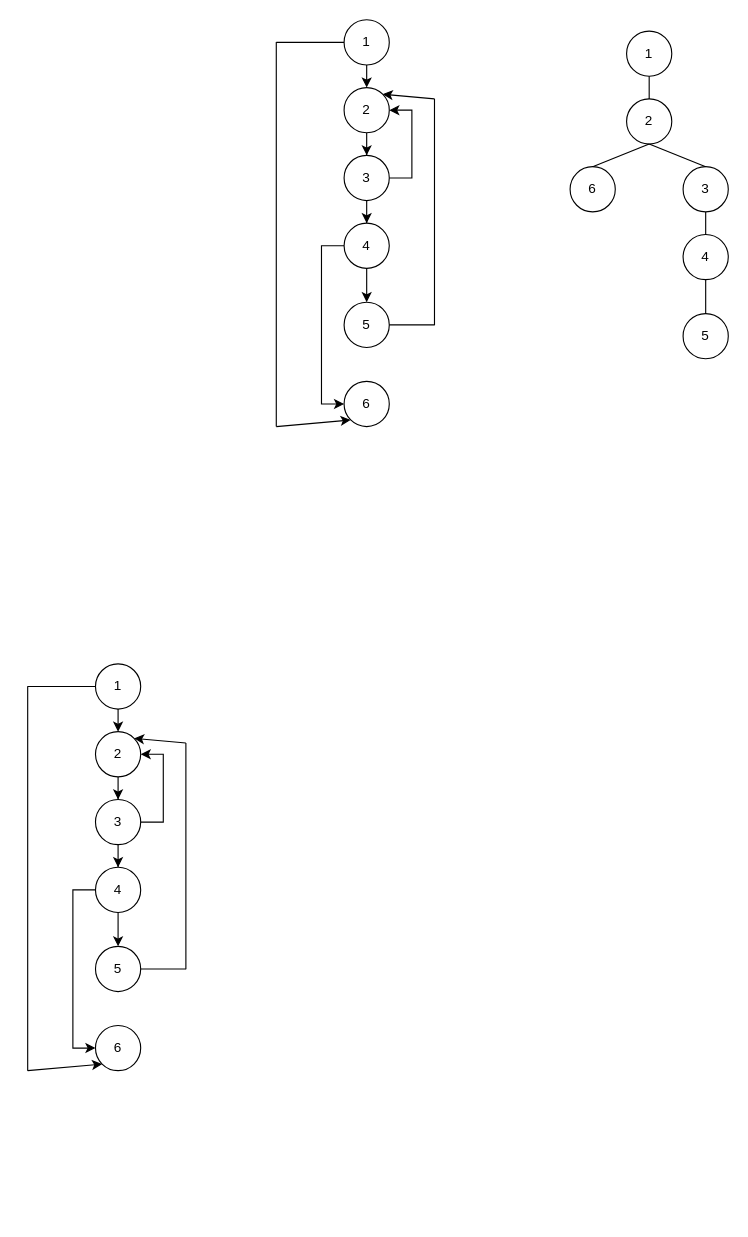
This is Untitled Diagram.drawio from ArnavPatel09/CS35200, a draw.io file, before an edit. Source tidied: cells renumbered, new cells numbered last; positions are measured from the earlier drawing's top-left corner, leaving out a move shared by most shapes. Both pictures are drawn from the tidied source at 113%, with x=0, y=0 at pixel (27, 19).
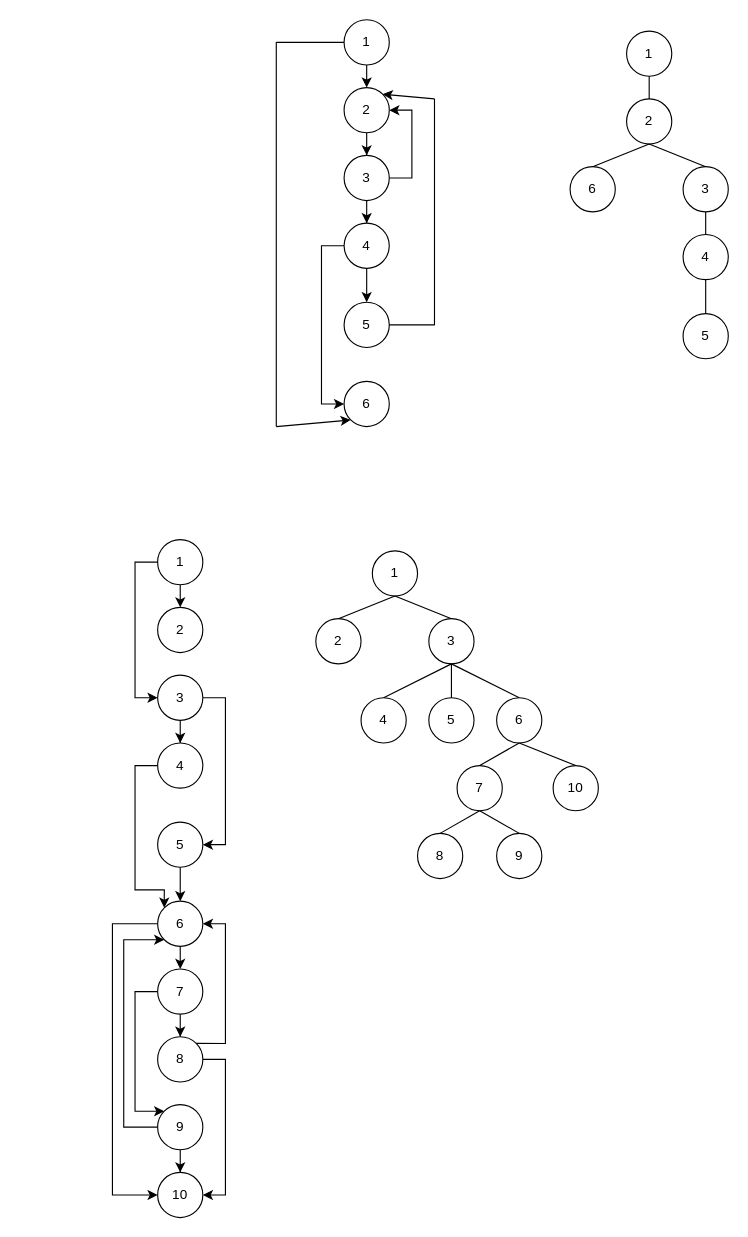
The same page after the edit.

Commit message:
finished problem 2

The edit, as a diff of the source:
```diff
@@
+    <mxCell id="49" style="edgeStyle=orthogonalEdgeStyle;rounded=0;jettySize=auto;html=1;exitX=0;exitY=0.5;exitDx=0;exitDy=0;entryX=0;entryY=0.5;entryDx=0;entryDy=0;" parent="1" edge="1" source="32" target="37">
+      <mxGeometry relative="1" as="geometry" />
+    </mxCell>
     <mxCell id="32" value="1" style="ellipse;whiteSpace=wrap;html=1;" parent="1" vertex="1">
-      <mxGeometry x="60" y="570" width="40" height="40" as="geometry" />
+      <mxGeometry x="115" y="460" width="40" height="40" as="geometry" />
     </mxCell>
-    <mxCell id="33" style="edgeStyle=orthogonalEdgeStyle;rounded=0;jettySize=auto;html=1;entryX=0.5;entryY=0;entryDx=0;entryDy=0;" parent="1" edge="1" source="34" target="37">
-      <mxGeometry relative="1" as="geometry" />
-    </mxCell>
     <mxCell id="34" value="2" style="ellipse;whiteSpace=wrap;html=1;" parent="1" vertex="1">
-      <mxGeometry x="60" y="630" width="40" height="40" as="geometry" />
+      <mxGeometry x="115" y="520" width="40" height="40" as="geometry" />
     </mxCell>
@@
-    <mxCell id="36" style="edgeStyle=orthogonalEdgeStyle;rounded=0;jettySize=auto;html=1;exitX=1;exitY=0.5;exitDx=0;exitDy=0;entryX=1;entryY=0.5;entryDx=0;entryDy=0;" parent="1" edge="1" source="37" target="34">
-      <mxGeometry relative="1" as="geometry" />
-    </mxCell>
+    <mxCell id="50" style="edgeStyle=orthogonalEdgeStyle;rounded=0;jettySize=auto;html=1;exitX=1;exitY=0.5;exitDx=0;exitDy=0;entryX=1;entryY=0.5;entryDx=0;entryDy=0;" parent="1" edge="1" source="37" target="41">
+      <mxGeometry relative="1" as="geometry" />
+    </mxCell>
     <mxCell id="37" value="3" style="ellipse;whiteSpace=wrap;html=1;" parent="1" vertex="1">
-      <mxGeometry x="60" y="690" width="40" height="40" as="geometry" />
+      <mxGeometry x="115" y="580" width="40" height="40" as="geometry" />
     </mxCell>
-    <mxCell id="38" style="edgeStyle=orthogonalEdgeStyle;rounded=0;jettySize=auto;html=1;exitX=0.5;exitY=1;exitDx=0;exitDy=0;entryX=0.5;entryY=0;entryDx=0;entryDy=0;" parent="1" edge="1" source="40" target="41">
-      <mxGeometry relative="1" as="geometry" />
-    </mxCell>
-    <mxCell id="39" style="edgeStyle=orthogonalEdgeStyle;rounded=0;jettySize=auto;html=1;exitX=0;exitY=0.5;exitDx=0;exitDy=0;entryX=0;entryY=0.5;entryDx=0;entryDy=0;" parent="1" edge="1" source="40" target="42">
-      <mxGeometry relative="1" as="geometry" />
+    <mxCell id="39" style="edgeStyle=orthogonalEdgeStyle;rounded=0;jettySize=auto;html=1;exitX=0;exitY=0.5;exitDx=0;exitDy=0;entryX=0;entryY=0;entryDx=0;entryDy=0;" parent="1" edge="1" source="40" target="42">
+      <mxGeometry relative="1" as="geometry">
+        <Array as="points">
+          <mxPoint x="95" y="660" />
+          <mxPoint x="95" y="770" />
+          <mxPoint x="121" y="770" />
+        </Array>
+      </mxGeometry>
     </mxCell>
     <mxCell id="40" value="4" style="ellipse;whiteSpace=wrap;html=1;" parent="1" vertex="1">
-      <mxGeometry x="60" y="750" width="40" height="40" as="geometry" />
+      <mxGeometry x="115" y="640" width="40" height="40" as="geometry" />
     </mxCell>
+    <mxCell id="51" style="edgeStyle=orthogonalEdgeStyle;rounded=0;jettySize=auto;html=1;exitX=0.5;exitY=1;exitDx=0;exitDy=0;entryX=0.5;entryY=0;entryDx=0;entryDy=0;" parent="1" edge="1" source="41" target="42">
+      <mxGeometry relative="1" as="geometry" />
+    </mxCell>
     <mxCell id="41" value="5" style="ellipse;whiteSpace=wrap;html=1;" parent="1" vertex="1">
-      <mxGeometry x="60" y="820" width="40" height="40" as="geometry" />
+      <mxGeometry x="115" y="710" width="40" height="40" as="geometry" />
     </mxCell>
+    <mxCell id="52" style="edgeStyle=orthogonalEdgeStyle;rounded=0;jettySize=auto;html=1;exitX=0.5;exitY=1;exitDx=0;exitDy=0;entryX=0.5;entryY=0;entryDx=0;entryDy=0;" parent="1" edge="1" source="42" target="56">
+      <mxGeometry relative="1" as="geometry" />
+    </mxCell>
+    <mxCell id="53" style="edgeStyle=orthogonalEdgeStyle;rounded=0;jettySize=auto;html=1;exitX=0;exitY=0.5;exitDx=0;exitDy=0;entryX=0;entryY=0.5;entryDx=0;entryDy=0;" parent="1" edge="1" source="42" target="63">
+      <mxGeometry relative="1" as="geometry">
+        <Array as="points">
+          <mxPoint x="75" y="800" />
+          <mxPoint x="75" y="1040" />
+        </Array>
+      </mxGeometry>
+    </mxCell>
     <mxCell id="42" value="6" style="ellipse;whiteSpace=wrap;html=1;" parent="1" vertex="1">
-      <mxGeometry x="60" y="890" width="40" height="40" as="geometry" />
+      <mxGeometry x="115" y="780" width="40" height="40" as="geometry" />
     </mxCell>
-    <mxCell id="43" style="endArrow=none;html=1;rounded=0;" parent="1" edge="1">
-      <mxGeometry relative="1" as="geometry">
-        <mxPoint y="590" as="sourcePoint" />
-        <mxPoint x="60" y="590" as="targetPoint" />
-      </mxGeometry>
-    </mxCell>
-    <mxCell id="44" style="endArrow=none;html=1;rounded=0;" parent="1" edge="1">
-      <mxGeometry relative="1" as="geometry">
-        <mxPoint y="930" as="sourcePoint" />
-        <mxPoint y="589.7" as="targetPoint" />
-      </mxGeometry>
-    </mxCell>
-    <mxCell id="45" style="endArrow=classic;html=1;rounded=0;entryX=0;entryY=1;entryDx=0;entryDy=0;" parent="1" edge="1" target="42">
-      <mxGeometry relative="1" as="geometry">
-        <mxPoint y="930" as="sourcePoint" />
-      </mxGeometry>
-    </mxCell>
-    <mxCell id="46" style="endArrow=none;html=1;rounded=0;" parent="1" edge="1">
-      <mxGeometry relative="1" as="geometry">
-        <mxPoint x="100" y="840" as="sourcePoint" />
-        <mxPoint x="140" y="840" as="targetPoint" />
-      </mxGeometry>
-    </mxCell>
-    <mxCell id="47" style="endArrow=none;html=1;rounded=0;" parent="1" edge="1">
-      <mxGeometry relative="1" as="geometry">
-        <mxPoint x="140" y="840.3" as="sourcePoint" />
-        <mxPoint x="140" y="640" as="targetPoint" />
-      </mxGeometry>
-    </mxCell>
-    <mxCell id="48" style="endArrow=classic;html=1;rounded=0;entryX=1;entryY=0;entryDx=0;entryDy=0;" parent="1" edge="1" target="34">
-      <mxGeometry relative="1" as="geometry">
-        <mxPoint x="140" y="640" as="sourcePoint" />
-      </mxGeometry>
-    </mxCell>
+    <mxCell id="54" style="edgeStyle=orthogonalEdgeStyle;rounded=0;jettySize=auto;html=1;entryX=0.5;entryY=0;entryDx=0;entryDy=0;" parent="1" edge="1" source="56" target="59">
+      <mxGeometry relative="1" as="geometry" />
+    </mxCell>
+    <mxCell id="55" style="edgeStyle=orthogonalEdgeStyle;rounded=0;jettySize=auto;html=1;exitX=0;exitY=0.5;exitDx=0;exitDy=0;entryX=0;entryY=0;entryDx=0;entryDy=0;" parent="1" edge="1" source="56" target="62">
+      <mxGeometry relative="1" as="geometry">
+        <Array as="points">
+          <mxPoint x="95" y="860" />
+          <mxPoint x="95" y="966" />
+        </Array>
+      </mxGeometry>
+    </mxCell>
+    <mxCell id="56" value="7" style="ellipse;whiteSpace=wrap;html=1;" parent="1" vertex="1">
+      <mxGeometry x="115" y="840" width="40" height="40" as="geometry" />
+    </mxCell>
+    <mxCell id="57" style="edgeStyle=orthogonalEdgeStyle;rounded=0;jettySize=auto;html=1;exitX=1;exitY=0.5;exitDx=0;exitDy=0;entryX=1;entryY=0.5;entryDx=0;entryDy=0;" parent="1" edge="1" source="59" target="63">
+      <mxGeometry relative="1" as="geometry" />
+    </mxCell>
+    <mxCell id="58" style="edgeStyle=orthogonalEdgeStyle;rounded=0;jettySize=auto;html=1;exitX=1;exitY=0;exitDx=0;exitDy=0;entryX=1;entryY=0.5;entryDx=0;entryDy=0;" parent="1" edge="1" source="59" target="42">
+      <mxGeometry relative="1" as="geometry">
+        <Array as="points">
+          <mxPoint x="175" y="906" />
+          <mxPoint x="175" y="800" />
+        </Array>
+      </mxGeometry>
+    </mxCell>
+    <mxCell id="59" value="8" style="ellipse;whiteSpace=wrap;html=1;" parent="1" vertex="1">
+      <mxGeometry x="115" y="900" width="40" height="40" as="geometry" />
+    </mxCell>
+    <mxCell id="60" style="edgeStyle=orthogonalEdgeStyle;rounded=0;jettySize=auto;html=1;exitX=0;exitY=0.5;exitDx=0;exitDy=0;entryX=0;entryY=1;entryDx=0;entryDy=0;" parent="1" edge="1" source="62" target="42">
+      <mxGeometry relative="1" as="geometry">
+        <Array as="points">
+          <mxPoint x="85" y="980" />
+          <mxPoint x="85" y="814" />
+        </Array>
+      </mxGeometry>
+    </mxCell>
+    <mxCell id="61" style="edgeStyle=orthogonalEdgeStyle;rounded=0;jettySize=auto;html=1;" parent="1" edge="1" source="62" target="63">
+      <mxGeometry relative="1" as="geometry" />
+    </mxCell>
+    <mxCell id="62" value="9" style="ellipse;whiteSpace=wrap;html=1;" parent="1" vertex="1">
+      <mxGeometry x="115" y="960" width="40" height="40" as="geometry" />
+    </mxCell>
+    <mxCell id="63" value="10" style="ellipse;whiteSpace=wrap;html=1;" parent="1" vertex="1">
+      <mxGeometry x="115" y="1020" width="40" height="40" as="geometry" />
+    </mxCell>
+    <mxCell id="64" value="1" style="ellipse;whiteSpace=wrap;html=1;" parent="1" vertex="1">
+      <mxGeometry x="305" y="470" width="40" height="40" as="geometry" />
+    </mxCell>
+    <mxCell id="65" value="2" style="ellipse;whiteSpace=wrap;html=1;" parent="1" vertex="1">
+      <mxGeometry x="255" y="530" width="40" height="40" as="geometry" />
+    </mxCell>
+    <mxCell id="66" value="3" style="ellipse;whiteSpace=wrap;html=1;" parent="1" vertex="1">
+      <mxGeometry x="355" y="530" width="40" height="40" as="geometry" />
+    </mxCell>
+    <mxCell id="67" value="4" style="ellipse;whiteSpace=wrap;html=1;" parent="1" vertex="1">
+      <mxGeometry x="295" y="600" width="40" height="40" as="geometry" />
+    </mxCell>
+    <mxCell id="68" value="5" style="ellipse;whiteSpace=wrap;html=1;" parent="1" vertex="1">
+      <mxGeometry x="355" y="600" width="40" height="40" as="geometry" />
+    </mxCell>
+    <mxCell id="69" value="6" style="ellipse;whiteSpace=wrap;html=1;" parent="1" vertex="1">
+      <mxGeometry x="415" y="600" width="40" height="40" as="geometry" />
+    </mxCell>
+    <mxCell id="70" style="endArrow=none;html=1;rounded=0;entryX=0.5;entryY=1;entryDx=0;entryDy=0;exitX=0.5;exitY=0;exitDx=0;exitDy=0;" parent="1" edge="1" source="65" target="64">
+      <mxGeometry relative="1" as="geometry" />
+    </mxCell>
+    <mxCell id="71" style="endArrow=none;html=1;rounded=0;exitX=0.5;exitY=0;exitDx=0;exitDy=0;" parent="1" edge="1" source="69">
+      <mxGeometry relative="1" as="geometry">
+        <mxPoint x="375" y="570" as="targetPoint" />
+      </mxGeometry>
+    </mxCell>
+    <mxCell id="72" style="endArrow=none;html=1;rounded=0;entryX=0.5;entryY=1;entryDx=0;entryDy=0;exitX=0.5;exitY=0;exitDx=0;exitDy=0;" parent="1" edge="1" source="67" target="66">
+      <mxGeometry relative="1" as="geometry" />
+    </mxCell>
+    <mxCell id="73" style="endArrow=none;html=1;rounded=0;entryX=0.5;entryY=1;entryDx=0;entryDy=0;exitX=0.5;exitY=0;exitDx=0;exitDy=0;" parent="1" edge="1" source="66" target="64">
+      <mxGeometry relative="1" as="geometry" />
+    </mxCell>
+    <mxCell id="74" style="endArrow=none;html=1;rounded=0;entryX=0.5;entryY=1;entryDx=0;entryDy=0;exitX=0.5;exitY=0;exitDx=0;exitDy=0;" parent="1" edge="1" source="68" target="66">
+      <mxGeometry relative="1" as="geometry" />
+    </mxCell>
+    <mxCell id="75" value="7" style="ellipse;whiteSpace=wrap;html=1;" parent="1" vertex="1">
+      <mxGeometry x="380" y="660" width="40" height="40" as="geometry" />
+    </mxCell>
+    <mxCell id="76" value="8" style="ellipse;whiteSpace=wrap;html=1;" parent="1" vertex="1">
+      <mxGeometry x="345" y="720" width="40" height="40" as="geometry" />
+    </mxCell>
+    <mxCell id="77" value="9" style="ellipse;whiteSpace=wrap;html=1;" parent="1" vertex="1">
+      <mxGeometry x="415" y="720" width="40" height="40" as="geometry" />
+    </mxCell>
+    <mxCell id="78" value="10" style="ellipse;whiteSpace=wrap;html=1;" parent="1" vertex="1">
+      <mxGeometry x="465" y="660" width="40" height="40" as="geometry" />
+    </mxCell>
+    <mxCell id="79" style="endArrow=none;html=1;rounded=0;entryX=0.5;entryY=1;entryDx=0;entryDy=0;exitX=0.5;exitY=0;exitDx=0;exitDy=0;" parent="1" edge="1" source="76" target="75">
+      <mxGeometry relative="1" as="geometry" />
+    </mxCell>
+    <mxCell id="80" style="endArrow=none;html=1;rounded=0;entryX=0.5;entryY=0;entryDx=0;entryDy=0;exitX=0.5;exitY=1;exitDx=0;exitDy=0;" parent="1" edge="1" source="75" target="77">
+      <mxGeometry relative="1" as="geometry" />
+    </mxCell>
+    <mxCell id="81" style="endArrow=none;html=1;rounded=0;entryX=0.5;entryY=1;entryDx=0;entryDy=0;exitX=0.5;exitY=0;exitDx=0;exitDy=0;" parent="1" edge="1" source="75" target="69">
+      <mxGeometry relative="1" as="geometry" />
+    </mxCell>
+    <mxCell id="82" style="endArrow=none;html=1;rounded=0;entryX=0.5;entryY=1;entryDx=0;entryDy=0;exitX=0.5;exitY=0;exitDx=0;exitDy=0;" parent="1" edge="1" source="78" target="69">
+      <mxGeometry relative="1" as="geometry" />
+    </mxCell>
```
